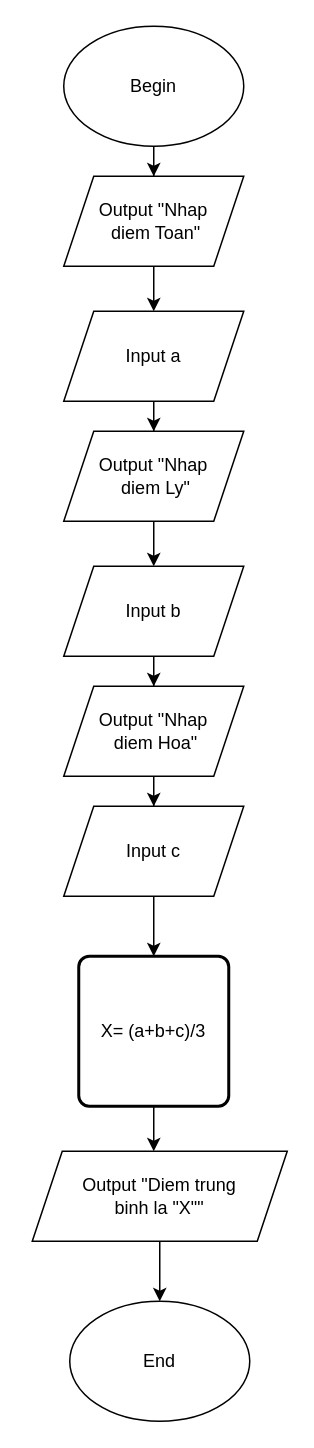
Earlier version of the draw.io diagram Module1/BaiTap/Day3/Diem trung binh/Tinh diem trung binh.drawio (SkyPTH/C1022G1-Phan-Tuan-Hoang). Source tidied: cells renumbered, new cells numbered last; positions are measured from the earlier drawing's top-left corner, leaving out a move shared by most shapes. Both pictures are drawn from the tidied source at 150%, with x=0, y=0 at pixel (32, 26).
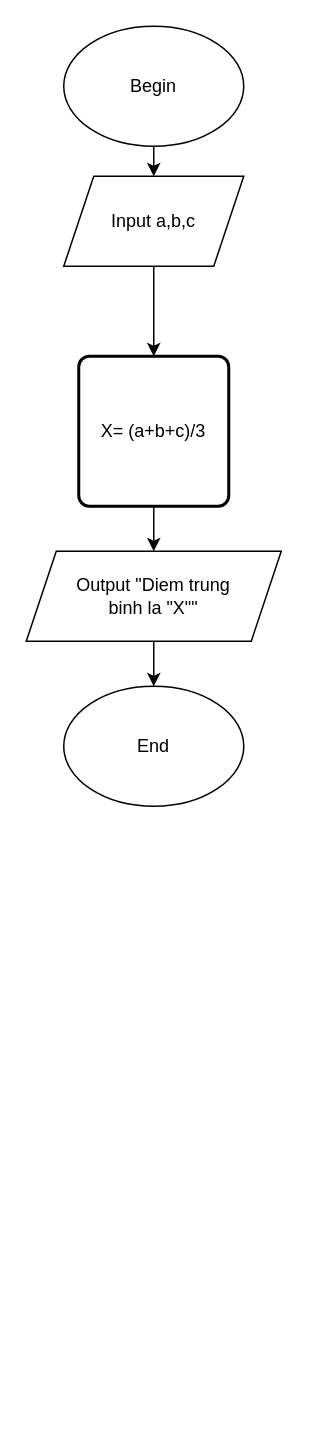
Above is the later version.

The change refers to these unchanged cells:
```xml
<mxCell id="3" value="Begin" style="ellipse;whiteSpace=wrap;html=1;" parent="1" vertex="1">
  <mxGeometry x="21" width="120" height="80" as="geometry" />
</mxCell>
```

Diff of the diagram source:
```diff
@@
-    <mxCell id="2" style="edgeStyle=orthogonalEdgeStyle;rounded=0;jettySize=auto;html=1;entryX=0.5;entryY=0;entryDx=0;entryDy=0;" parent="1" edge="1" source="3" target="6">
-      <mxGeometry relative="1" as="geometry" />
+    <mxCell id="2" style="edgeStyle=orthogonalEdgeStyle;rounded=0;jettySize=auto;html=1;entryX=0.5;entryY=0;entryDx=0;entryDy=0;" parent="1" edge="1" source="3">
+      <mxGeometry relative="1" as="geometry">
+        <mxPoint x="81" y="100" as="targetPoint" />
+      </mxGeometry>
     </mxCell>
@@
     <mxCell id="4" value="End&lt;br&gt;" style="ellipse;whiteSpace=wrap;html=1;" parent="1" vertex="1">
-      <mxGeometry x="25" y="850" width="120" height="80" as="geometry" />
+      <mxGeometry x="21" y="440" width="120" height="80" as="geometry" />
     </mxCell>
-    <mxCell id="5" style="edgeStyle=orthogonalEdgeStyle;rounded=0;jettySize=auto;html=1;entryX=0.5;entryY=0;entryDx=0;entryDy=0;" parent="1" edge="1" source="6" target="8">
-      <mxGeometry relative="1" as="geometry" />
-    </mxCell>
-    <mxCell id="6" value="Output &quot;Nhap&lt;br&gt;&amp;nbsp;diem Toan&quot;" style="shape=parallelogram;perimeter=parallelogramPerimeter;whiteSpace=wrap;html=1;fixedSize=1;" parent="1" vertex="1">
-      <mxGeometry x="21" y="100" width="120" height="60" as="geometry" />
-    </mxCell>
-    <mxCell id="7" style="edgeStyle=orthogonalEdgeStyle;rounded=0;jettySize=auto;html=1;entryX=0.5;entryY=0;entryDx=0;entryDy=0;" parent="1" edge="1" source="8" target="10">
-      <mxGeometry relative="1" as="geometry" />
-    </mxCell>
+    <mxCell id="21" style="edgeStyle=orthogonalEdgeStyle;rounded=0;jettySize=auto;html=1;" parent="1" edge="1" source="8" target="18">
+      <mxGeometry relative="1" as="geometry" />
+    </mxCell>
-    <mxCell id="8" value="Input a" style="shape=parallelogram;perimeter=parallelogramPerimeter;whiteSpace=wrap;html=1;fixedSize=1;" parent="1" vertex="1">
-      <mxGeometry x="21" y="190" width="120" height="60" as="geometry" />
+    <mxCell id="8" value="Input a,b,c" style="shape=parallelogram;perimeter=parallelogramPerimeter;whiteSpace=wrap;html=1;fixedSize=1;" parent="1" vertex="1">
+      <mxGeometry x="21" y="100" width="120" height="60" as="geometry" />
     </mxCell>
-    <mxCell id="9" style="edgeStyle=orthogonalEdgeStyle;rounded=0;jettySize=auto;html=1;entryX=0.5;entryY=0;entryDx=0;entryDy=0;" parent="1" edge="1" source="10" target="12">
-      <mxGeometry relative="1" as="geometry" />
-    </mxCell>
-    <mxCell id="10" value="Output &quot;Nhap&lt;br&gt;&amp;nbsp;diem Ly&quot;" style="shape=parallelogram;perimeter=parallelogramPerimeter;whiteSpace=wrap;html=1;fixedSize=1;" parent="1" vertex="1">
-      <mxGeometry x="21" y="270" width="120" height="60" as="geometry" />
-    </mxCell>
-    <mxCell id="11" style="edgeStyle=orthogonalEdgeStyle;rounded=0;jettySize=auto;html=1;" parent="1" edge="1" source="12" target="14">
-      <mxGeometry relative="1" as="geometry" />
-    </mxCell>
-    <mxCell id="12" value="Input b" style="shape=parallelogram;perimeter=parallelogramPerimeter;whiteSpace=wrap;html=1;fixedSize=1;" parent="1" vertex="1">
-      <mxGeometry x="21" y="360" width="120" height="60" as="geometry" />
-    </mxCell>
-    <mxCell id="13" style="edgeStyle=orthogonalEdgeStyle;rounded=0;jettySize=auto;html=1;entryX=0.5;entryY=0;entryDx=0;entryDy=0;" parent="1" edge="1" source="14" target="16">
-      <mxGeometry relative="1" as="geometry" />
-    </mxCell>
-    <mxCell id="14" value="Output &quot;Nhap&lt;br&gt;&amp;nbsp;diem Hoa&quot;" style="shape=parallelogram;perimeter=parallelogramPerimeter;whiteSpace=wrap;html=1;fixedSize=1;" parent="1" vertex="1">
-      <mxGeometry x="21" y="440" width="120" height="60" as="geometry" />
-    </mxCell>
-    <mxCell id="15" style="edgeStyle=orthogonalEdgeStyle;rounded=0;jettySize=auto;html=1;entryX=0.5;entryY=0;entryDx=0;entryDy=0;" parent="1" edge="1" source="16" target="18">
-      <mxGeometry relative="1" as="geometry" />
-    </mxCell>
-    <mxCell id="16" value="Input c" style="shape=parallelogram;perimeter=parallelogramPerimeter;whiteSpace=wrap;html=1;fixedSize=1;" parent="1" vertex="1">
-      <mxGeometry x="21" y="520" width="120" height="60" as="geometry" />
-    </mxCell>
-    <mxCell id="17" style="edgeStyle=orthogonalEdgeStyle;rounded=0;jettySize=auto;html=1;" parent="1" edge="1" source="18">
-      <mxGeometry relative="1" as="geometry">
-        <mxPoint x="81" y="750" as="targetPoint" />
-      </mxGeometry>
-    </mxCell>
+    <mxCell id="22" style="edgeStyle=orthogonalEdgeStyle;rounded=0;jettySize=auto;html=1;" parent="1" edge="1" source="18" target="20">
+      <mxGeometry relative="1" as="geometry" />
+    </mxCell>
     <mxCell id="18" value="X= (a+b+c)/3" style="rounded=1;whiteSpace=wrap;html=1;absoluteArcSize=1;arcSize=14;strokeWidth=2;" parent="1" vertex="1">
-      <mxGeometry x="31" y="620" width="100" height="100" as="geometry" />
+      <mxGeometry x="31" y="220" width="100" height="100" as="geometry" />
     </mxCell>
-    <mxCell id="19" style="edgeStyle=orthogonalEdgeStyle;rounded=0;jettySize=auto;html=1;entryX=0.5;entryY=0;entryDx=0;entryDy=0;" parent="1" edge="1" source="20" target="4">
-      <mxGeometry relative="1" as="geometry" />
-    </mxCell>
+    <mxCell id="23" style="edgeStyle=orthogonalEdgeStyle;rounded=0;jettySize=auto;html=1;" parent="1" edge="1" source="20">
+      <mxGeometry relative="1" as="geometry">
+        <mxPoint x="81" y="440" as="targetPoint" />
+      </mxGeometry>
+    </mxCell>
     <mxCell id="20" value="Output &quot;Diem trung &lt;br&gt;binh la &quot;X&quot;&quot;" style="shape=parallelogram;perimeter=parallelogramPerimeter;whiteSpace=wrap;html=1;fixedSize=1;" parent="1" vertex="1">
-      <mxGeometry y="750" width="170" height="60" as="geometry" />
+      <mxGeometry x="-4" y="350" width="170" height="60" as="geometry" />
     </mxCell>
```
